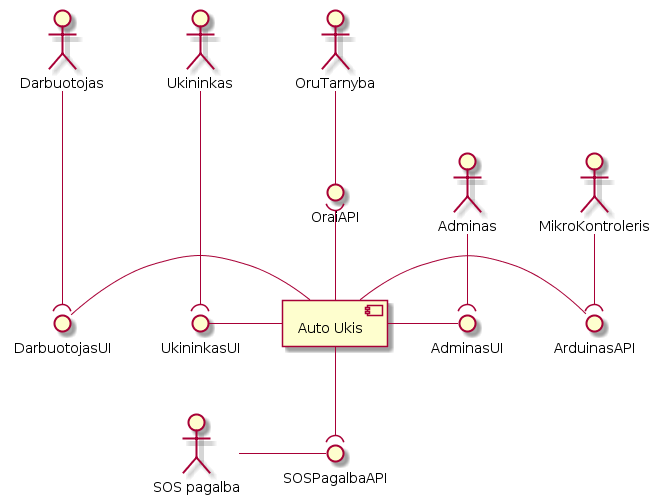
macro161/autoukis keeps this PlantUML diagram as Latex/L0V2.png. Above is the earlier version.
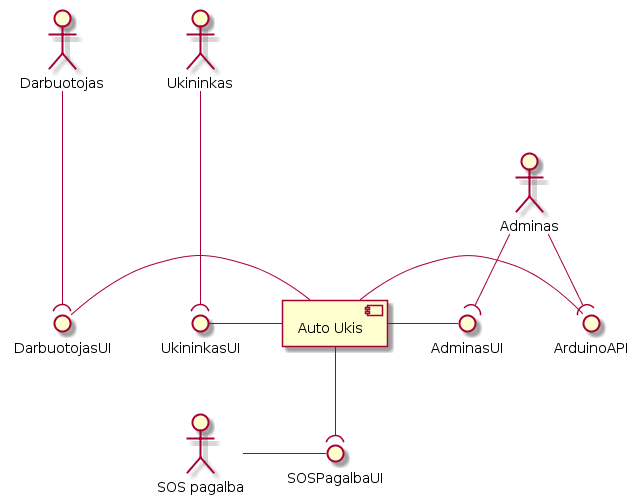
Later version of the same file.

Change to the diagram source:
```diff
@@ -5,13 +5,11 @@
 [Auto Ukis] -left--() UkininkasUI
 [Auto Ukis] -right-() AdminasUI
 [Auto Ukis] -left--() DarbuotojasUI
-[Auto Ukis] -() ArduinasAPI
+[Auto Ukis] -() ArduinoAPI
 :Darbuotojas: -down--(DarbuotojasUI
 :Ukininkas: -down--( UkininkasUI
 :Adminas: -down-( AdminasUI
-:MikroKontroleris: -down-( ArduinasAPI
-:SOS pagalba: -right-() SOSPagalbaAPI
-:OruTarnyba:-down-() OraiAPI
-[Auto Ukis] -down-( SOSPagalbaAPI
-[Auto Ukis] -up-( OraiAPI
+:Adminas: -down-( ArduinoAPI
+:SOS pagalba: -right-() SOSPagalbaUI
+[Auto Ukis] -down-( SOSPagalbaUI
 @enduml
```
